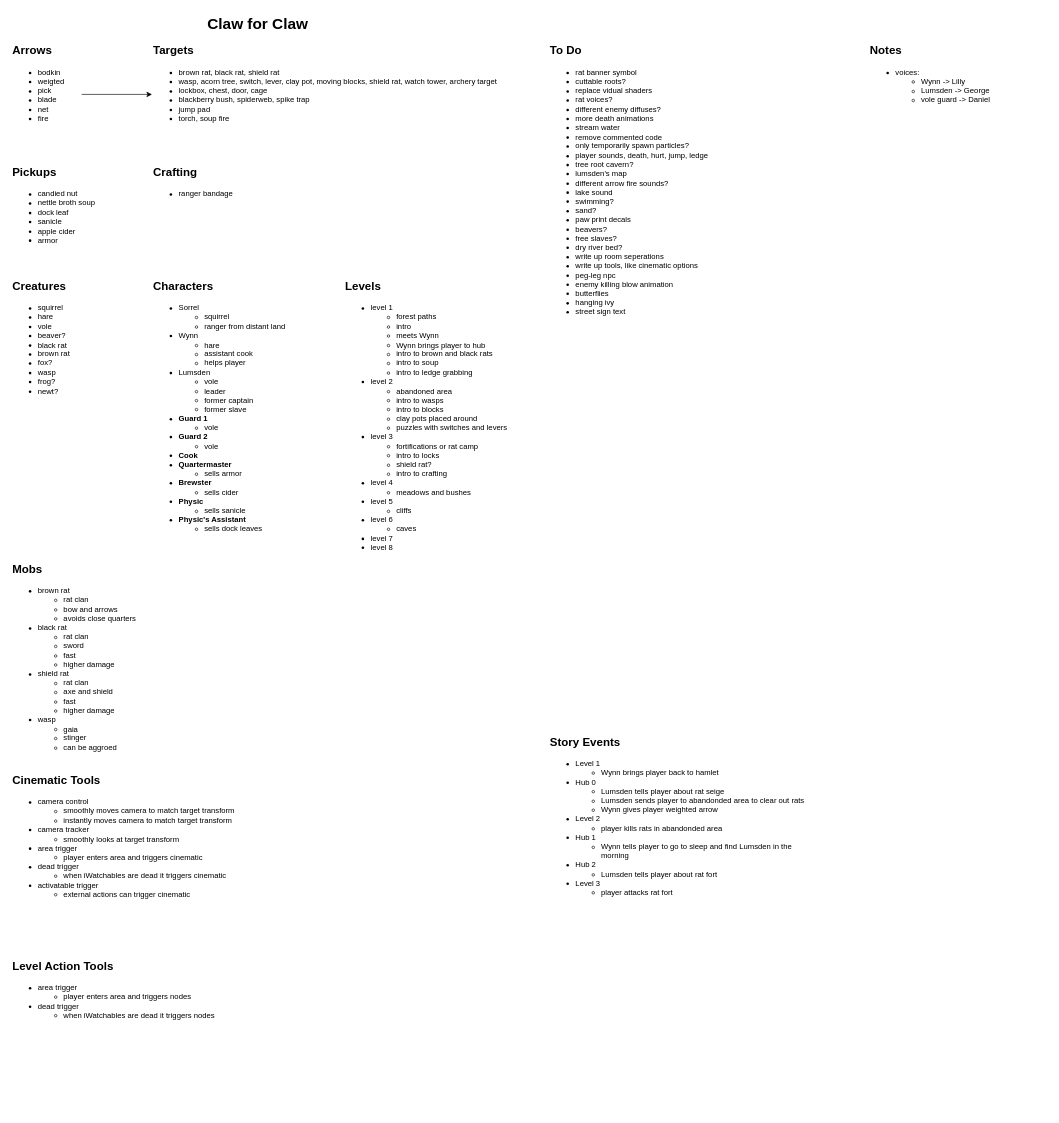
This is Planning/design-doc.drawio from camerondedore/Godot-Project-3, a draw.io file, before an edit. Source tidied: cells renumbered, new cells numbered last; positions are measured from the earlier drawing's top-left corner, leaving out a move shared by most shapes. Both pictures are drawn from the tidied source at 64%, with x=0, y=0 at pixel (11, 11).
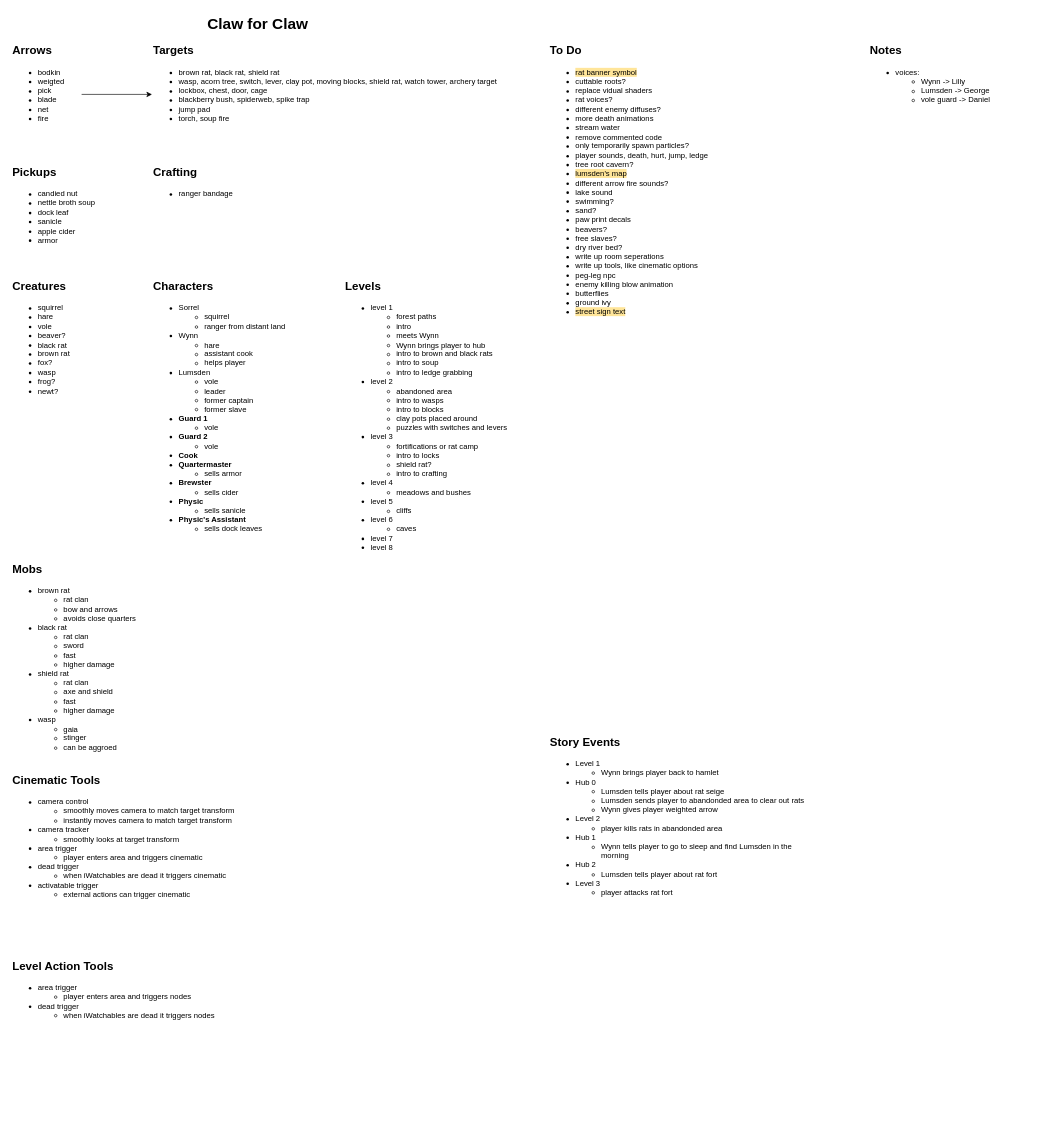
The same diagram, later.

The edit, as a diff of the source:
```diff
@@
-    <mxCell id="19" value="&lt;ul&gt;&lt;li&gt;rat banner symbol&lt;/li&gt;&lt;li&gt;cuttable roots?&lt;/li&gt;&lt;li&gt;replace vidual shaders&lt;/li&gt;&lt;li&gt;rat voices?&lt;/li&gt;&lt;li&gt;different enemy diffuses?&lt;/li&gt;&lt;li&gt;more death animations&lt;/li&gt;&lt;li&gt;&lt;span style=&quot;background-color: transparent; color: light-dark(rgb(0, 0, 0), rgb(255, 255, 255));&quot;&gt;stream water&lt;/span&gt;&lt;br&gt;&lt;/li&gt;&lt;li&gt;remove commented code&lt;/li&gt;&lt;li&gt;only temporarily spawn particles?&lt;/li&gt;&lt;li&gt;player sounds, death, hurt, jump, ledge&lt;/li&gt;&lt;li&gt;tree root cavern?&lt;/li&gt;&lt;li&gt;lumsden's map&lt;/li&gt;&lt;li&gt;different arrow fire sounds?&lt;/li&gt;&lt;li&gt;lake sound&lt;/li&gt;&lt;li&gt;swimming?&lt;/li&gt;&lt;li&gt;sand?&lt;/li&gt;&lt;li&gt;paw print decals&lt;/li&gt;&lt;li&gt;beavers?&lt;/li&gt;&lt;li&gt;free slaves?&lt;/li&gt;&lt;li&gt;dry river bed?&lt;/li&gt;&lt;li&gt;write up room seperations&lt;/li&gt;&lt;li&gt;write up tools, like cinematic options&lt;/li&gt;&lt;li&gt;peg-leg npc&lt;/li&gt;&lt;li&gt;enemy killing blow animation&lt;/li&gt;&lt;li&gt;butterflies&lt;/li&gt;&lt;li&gt;hanging ivy&lt;/li&gt;&lt;li&gt;street sign text&lt;/li&gt;&lt;/ul&gt;" style="text;html=1;align=left;verticalAlign=top;whiteSpace=wrap;rounded=0;" parent="1" vertex="1">
+    <mxCell id="19" value="&lt;ul&gt;&lt;li&gt;&lt;span style=&quot;background-color: rgb(255, 229, 153);&quot;&gt;rat banner symbol&lt;/span&gt;&lt;/li&gt;&lt;li&gt;cuttable roots?&lt;/li&gt;&lt;li&gt;replace vidual shaders&lt;/li&gt;&lt;li&gt;rat voices?&lt;/li&gt;&lt;li&gt;different enemy diffuses?&lt;/li&gt;&lt;li&gt;more death animations&lt;/li&gt;&lt;li&gt;&lt;span style=&quot;background-color: transparent; color: light-dark(rgb(0, 0, 0), rgb(255, 255, 255));&quot;&gt;stream water&lt;/span&gt;&lt;br&gt;&lt;/li&gt;&lt;li&gt;remove commented code&lt;/li&gt;&lt;li&gt;only temporarily spawn particles?&lt;/li&gt;&lt;li&gt;player sounds, death, hurt, jump, ledge&lt;/li&gt;&lt;li&gt;tree root cavern?&lt;/li&gt;&lt;li&gt;&lt;font style=&quot;color: rgb(0, 0, 0); background-color: rgb(255, 229, 153);&quot;&gt;lumsden's map&lt;/font&gt;&lt;/li&gt;&lt;li&gt;different arrow fire sounds?&lt;/li&gt;&lt;li&gt;lake sound&lt;/li&gt;&lt;li&gt;swimming?&lt;/li&gt;&lt;li&gt;&lt;span&gt;sand&lt;/span&gt;?&lt;/li&gt;&lt;li&gt;paw print decals&lt;/li&gt;&lt;li&gt;beavers?&lt;/li&gt;&lt;li&gt;free slaves?&lt;/li&gt;&lt;li&gt;dry river bed?&lt;/li&gt;&lt;li&gt;write up room seperations&lt;/li&gt;&lt;li&gt;write up tools, like cinematic options&lt;/li&gt;&lt;li&gt;peg-leg npc&lt;/li&gt;&lt;li&gt;enemy killing blow animation&lt;/li&gt;&lt;li&gt;butterflies&lt;/li&gt;&lt;li&gt;ground ivy&lt;/li&gt;&lt;li&gt;&lt;span style=&quot;background-color: rgb(255, 229, 153);&quot;&gt;street sign text&lt;/span&gt;&lt;/li&gt;&lt;/ul&gt;" style="text;html=1;align=left;verticalAlign=top;whiteSpace=wrap;rounded=0;" parent="1" vertex="1">
       <mxGeometry x="840" y="70" width="280" height="440" as="geometry" />
     </mxCell>
```
